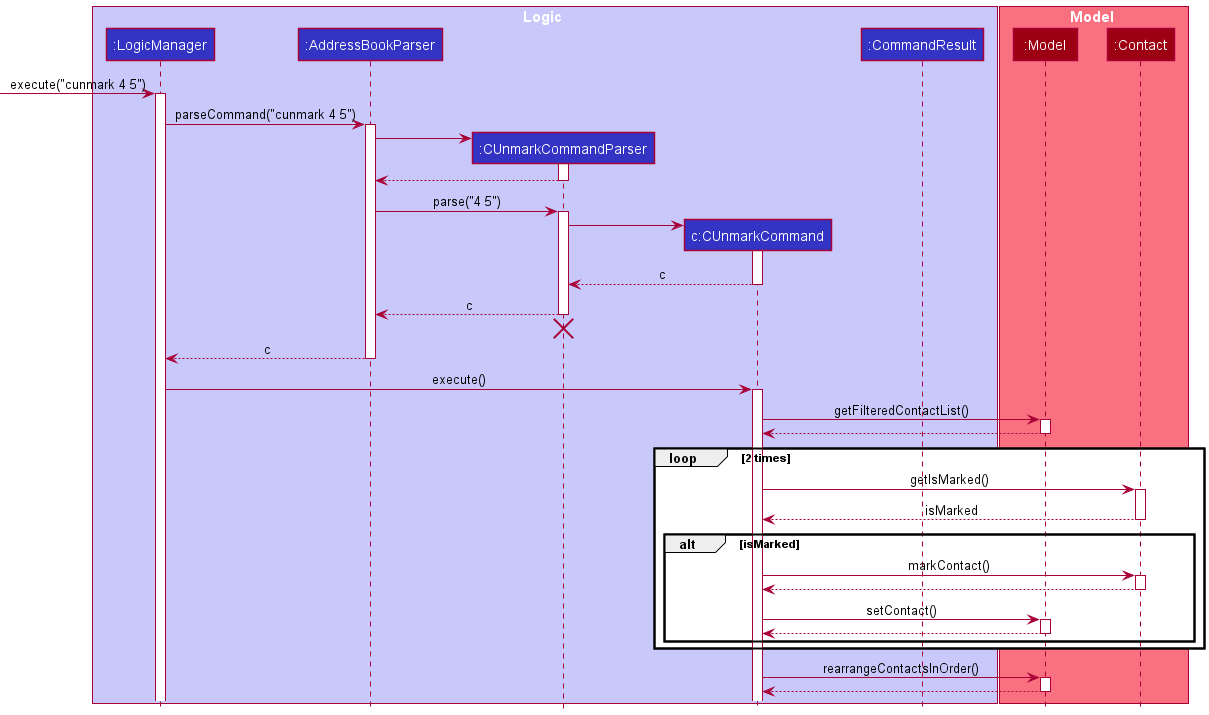
Before: docs/images/CUnmarkSequenceDiagram.png, a diagram exported from PlantUML (xiangjunn/tp). Its diagram source:
```plantuml
@startuml
!include style.puml

box Logic LOGIC_COLOR_T1
participant ":LogicManager" as LogicManager LOGIC_COLOR
participant ":AddressBookParser" as AddressBookParser LOGIC_COLOR
participant ":CUnmarkCommandParser" as CUnmarkCommandParser LOGIC_COLOR
participant "c:CUnmarkCommand" as CUnmarkCommand LOGIC_COLOR
participant ":CommandResult" as CommandResult LOGIC_COLOR
end box

box Model MODEL_COLOR_T1
participant ":Model" as Model MODEL_COLOR
participant ":Contact" as Contact MODEL_COLOR
end box

[-> LogicManager : execute("cunmark 4 5")
activate LogicManager

LogicManager -> AddressBookParser : parseCommand("cunmark 4 5")
activate AddressBookParser

create CUnmarkCommandParser
AddressBookParser -> CUnmarkCommandParser
activate CUnmarkCommandParser

CUnmarkCommandParser --> AddressBookParser
deactivate CUnmarkCommandParser

AddressBookParser -> CUnmarkCommandParser : parse("4 5")
activate CUnmarkCommandParser

create CUnmarkCommand
CUnmarkCommandParser -> CUnmarkCommand
activate CUnmarkCommand

CUnmarkCommand --> CUnmarkCommandParser : c
deactivate CUnmarkCommand

CUnmarkCommandParser --> AddressBookParser : c
deactivate CUnmarkCommandParser
CUnmarkCommandParser -[hidden]-> AddressBookParser
destroy CUnmarkCommandParser

AddressBookParser --> LogicManager : c
deactivate AddressBookParser

LogicManager -> CUnmarkCommand : execute()
activate CUnmarkCommand

CUnmarkCommand -> Model : getFilteredContactList()
activate Model
Model --> CUnmarkCommand
deactivate Model

loop 2 times
    CUnmarkCommand -> Contact : getIsMarked()
    activate Contact

    Contact --> CUnmarkCommand : isMarked
    deactivate Contact

alt isMarked
    CUnmarkCommand -> Contact : markContact()
    activate Contact

    Contact --> CUnmarkCommand
    deactivate Contact

    CUnmarkCommand -> Model : setContact()
    activate Model

    Model --> CUnmarkCommand
    deactivate Model
end
end

CUnmarkCommand -> Model : rearrangeContactsInOrder()
activate Model

Model --> CUnmarkCommand
deactivate

@enduml
```
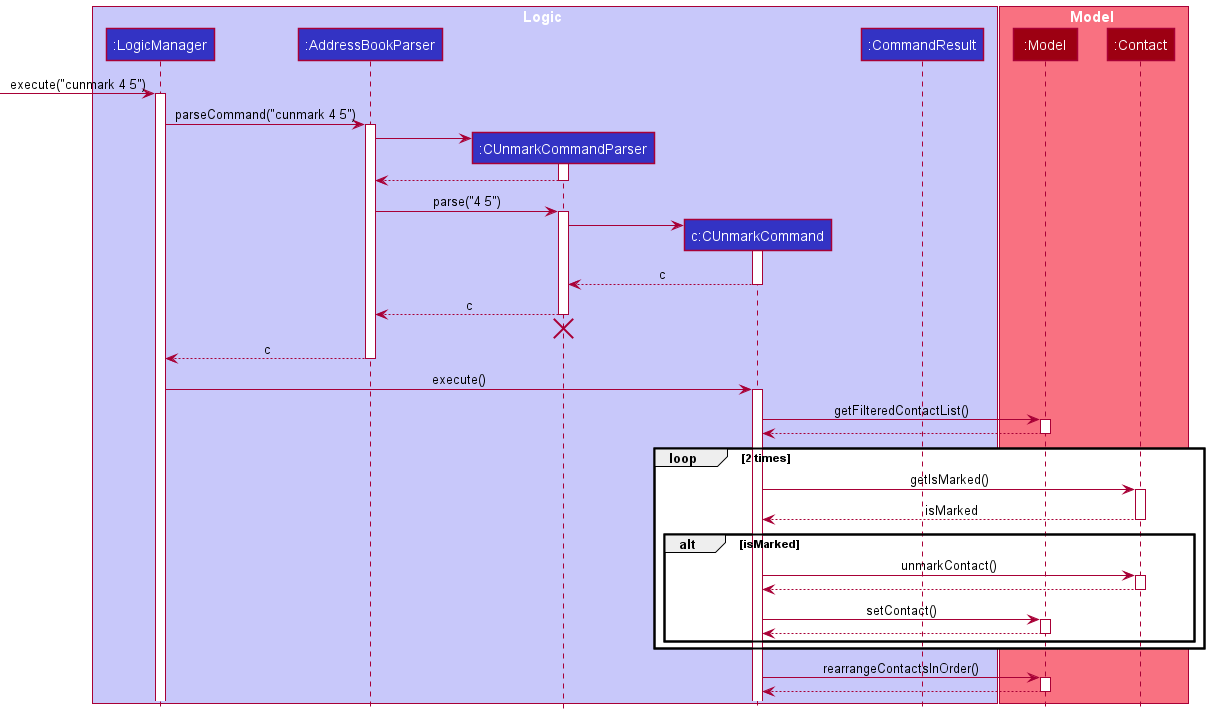
After the commit.

Commit message:
update model description and cmark/cunmark

Diff of the diagram source:
```diff
@@ -61,7 +61,7 @@
     deactivate Contact
 
 alt isMarked
-    CUnmarkCommand -> Contact : markContact()
+    CUnmarkCommand -> Contact : unmarkContact()
     activate Contact
 
     Contact --> CUnmarkCommand
```
